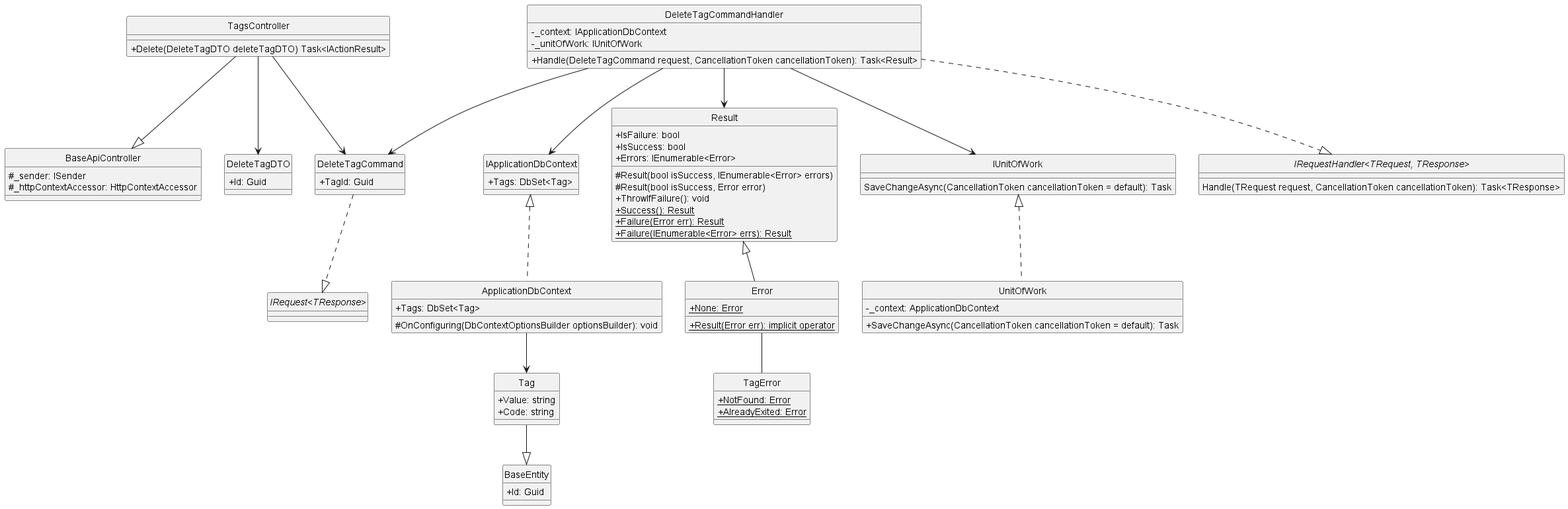
Before: docs/Class Diagram/Post/Tags/DeleteTag/ClassDiagram/deleteTag.png, a diagram exported from PlantUML (Carl-Johnsons/Chat-Application).
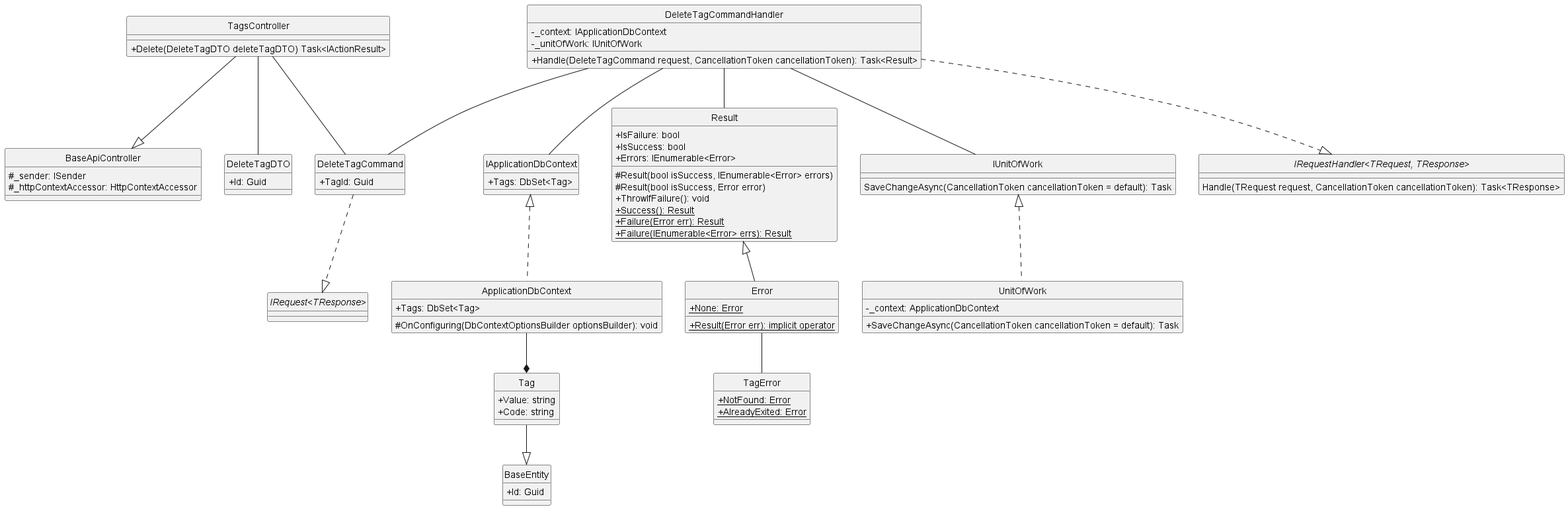
The same file after the commit.

What changed in the source:
```diff
@@ -80,18 +80,18 @@
 }
 
 TagsController --|> BaseApiController
-TagsController --> DeleteTagCommand
-TagsController --> DeleteTagDTO
+TagsController -- DeleteTagCommand
+TagsController -- DeleteTagDTO
 DeleteTagCommand ..|> "IRequest<TResponse>"
 DeleteTagCommandHandler ..|> "IRequestHandler<TRequest, TResponse>"
-DeleteTagCommandHandler --> DeleteTagCommand
-DeleteTagCommandHandler --> Result
-DeleteTagCommandHandler --> IUnitOfWork
-DeleteTagCommandHandler --> IApplicationDbContext
+DeleteTagCommandHandler -- DeleteTagCommand
+DeleteTagCommandHandler -- Result
+DeleteTagCommandHandler -- IUnitOfWork
+DeleteTagCommandHandler -- IApplicationDbContext
 Result <|-- Error
 Error -- TagError
 Tag --|> BaseEntity
 IUnitOfWork <|.. UnitOfWork
 IApplicationDbContext <|.. ApplicationDbContext
-ApplicationDbContext --> Tag
+ApplicationDbContext --* Tag
 @enduml
```
